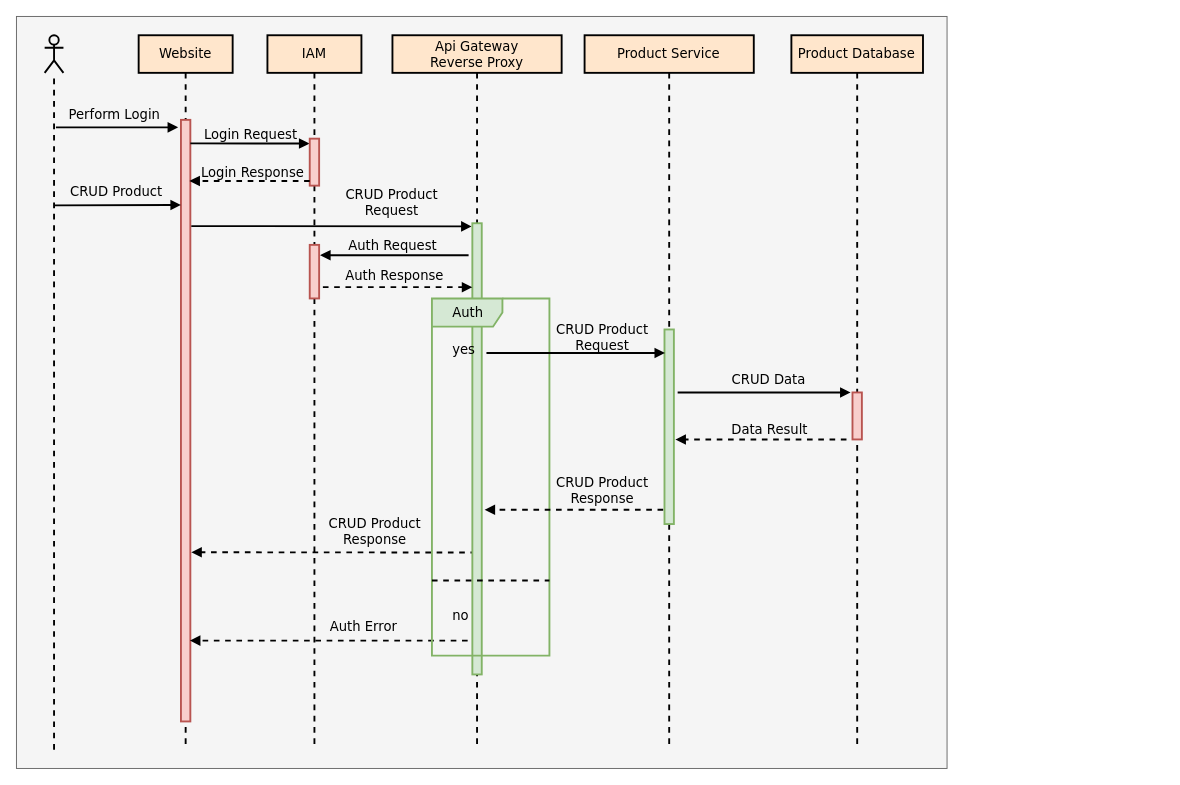
Before: docs/diagram/product_sequence_view.drawio in dudhwalas/dudhwala, a draw.io diagram. Source tidied: cells renumbered, new cells numbered last; positions are measured from the earlier drawing's top-left corner, leaving out a move shared by most shapes. Both pictures are drawn from the tidied source at 94%, with x=0, y=0 at pixel (16, 16).
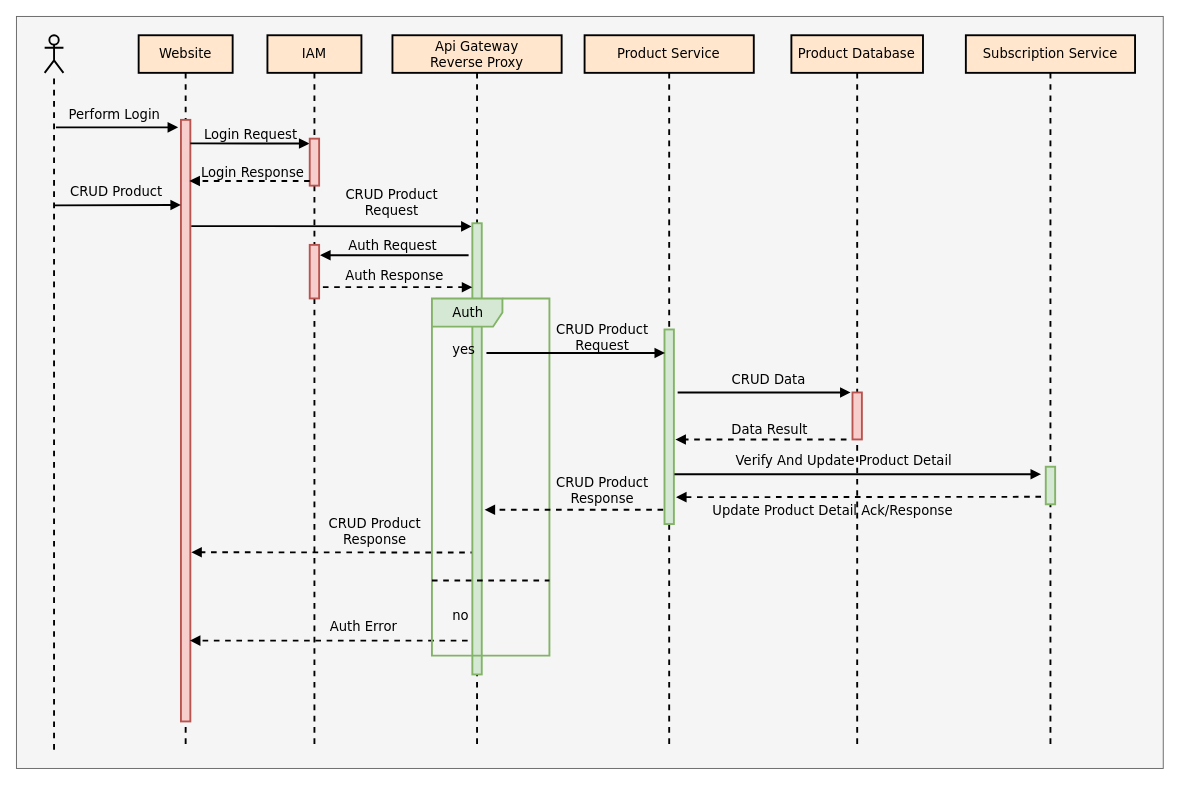
Above is the later version.

Commit message (it also covers changes not shown here):
added delivery service specs

Change to the diagram source:
```diff
@@
     <mxCell id="2" style="rounded=0;whiteSpace=wrap;html=1;fontFamily=Verdana;fillColor=#f5f5f5;strokeColor=#666666;fontColor=#333333;" parent="1" vertex="1">
-      <mxGeometry width="990" height="800" as="geometry" />
+      <mxGeometry width="1220" height="800" as="geometry" />
     </mxCell>
@@
+    <mxCell id="45" value="Subscription Service" style="shape=umlLifeline;perimeter=lifelinePerimeter;whiteSpace=wrap;html=1;fillColor=#ffe6cc;strokeColor=#000000;fontSize=14;strokeWidth=2;labelBackgroundColor=none;fontFamily=Verdana;" parent="1" vertex="1">
+      <mxGeometry x="1010" y="20" width="180" height="760" as="geometry" />
+    </mxCell>
+    <mxCell id="46" style="html=1;perimeter=orthogonalPerimeter;fillColor=#d5e8d4;fontSize=14;strokeColor=#82b366;strokeWidth=2;fontFamily=Verdana;" parent="45" vertex="1">
+      <mxGeometry x="85" y="459" width="10" height="40" as="geometry" />
+    </mxCell>
+    <mxCell id="47" style="endArrow=block;html=1;rounded=0;fontSize=14;endFill=1;fontFamily=Verdana;strokeWidth=2;" parent="1" edge="1">
+      <mxGeometry relative="1" as="geometry">
+        <mxPoint x="700" y="487" as="sourcePoint" />
+        <mxPoint x="1090" y="487" as="targetPoint" />
+      </mxGeometry>
+    </mxCell>
+    <mxCell id="48" value="Verify And Update Product Detail" style="edgeLabel;html=1;align=center;verticalAlign=middle;fontSize=14;labelBorderColor=none;labelBackgroundColor=none;fontFamily=Verdana;" parent="47" vertex="1">
+      <mxGeometry x="-0.2" relative="1" as="geometry">
+        <mxPoint x="23" y="-15" as="offset" />
+      </mxGeometry>
+    </mxCell>
+    <mxCell id="49" style="endArrow=block;html=1;rounded=0;dashed=1;fontSize=14;endFill=1;entryX=1.233;entryY=0.862;entryDx=0;entryDy=0;entryPerimeter=0;fontFamily=Verdana;strokeWidth=2;" parent="1" edge="1">
+      <mxGeometry relative="1" as="geometry">
+        <mxPoint x="1090" y="511" as="sourcePoint" />
+        <mxPoint x="701.7" y="511.4" as="targetPoint" />
+      </mxGeometry>
+    </mxCell>
+    <mxCell id="50" value="Update Product Detail Ack/Response" style="edgeLabel;html=1;align=center;verticalAlign=middle;fontSize=14;labelBackgroundColor=none;fontFamily=Verdana;" parent="49" vertex="1">
+      <mxGeometry x="-0.2" relative="1" as="geometry">
+        <mxPoint x="-68" y="14" as="offset" />
+      </mxGeometry>
+    </mxCell>
```
